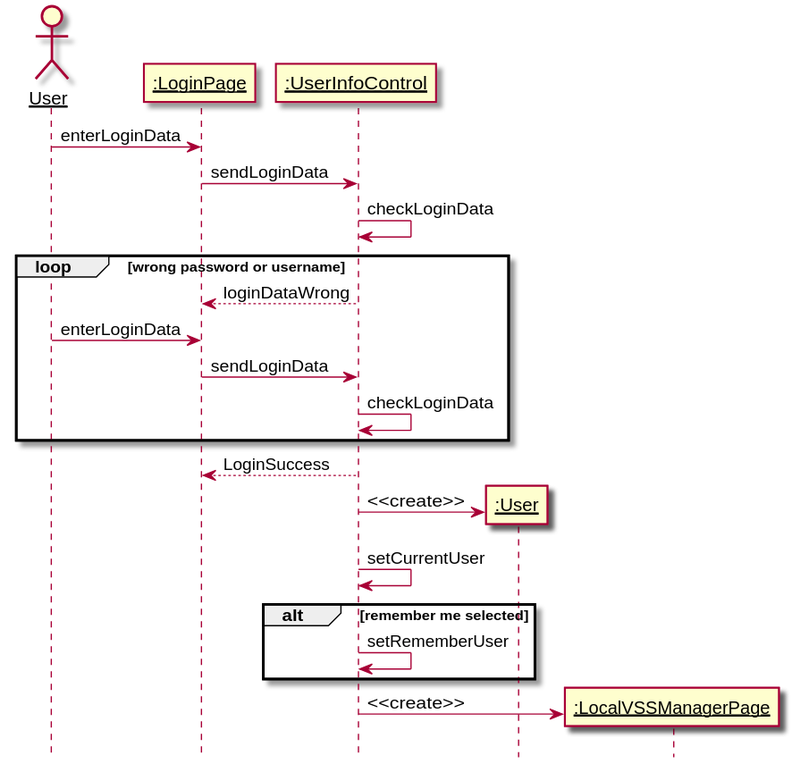
kpp19920121/doc keeps this PlantUML diagram as 设计/Diagrams/Login.svg. Above is the earlier version. Its diagram source:
```plantuml
@startuml Diagrams/Login
hide footbox
skinparam sequenceParticipant underline

actor User as user
participant ":LoginPage" as boundary
participant ":UserInfoControl" as control
participant ":User" as userdata
participant ":LocalVSSManagerPage" as nextpage

user -> boundary: enterLoginData
boundary -> control: sendLoginData
control -> control: checkLoginData
loop wrong password or username
    control --> boundary: loginDataWrong
    user -> boundary: enterLoginData
    boundary -> control: sendLoginData
    control -> control: checkLoginData
end
control --> boundary: LoginSuccess
create userdata
control -> userdata: <<create>>
control -> control: setCurrentUser
alt remember me selected
    control -> control: setRememberUser
end
create nextpage
control -> nextpage: <<create>>
@enduml
```
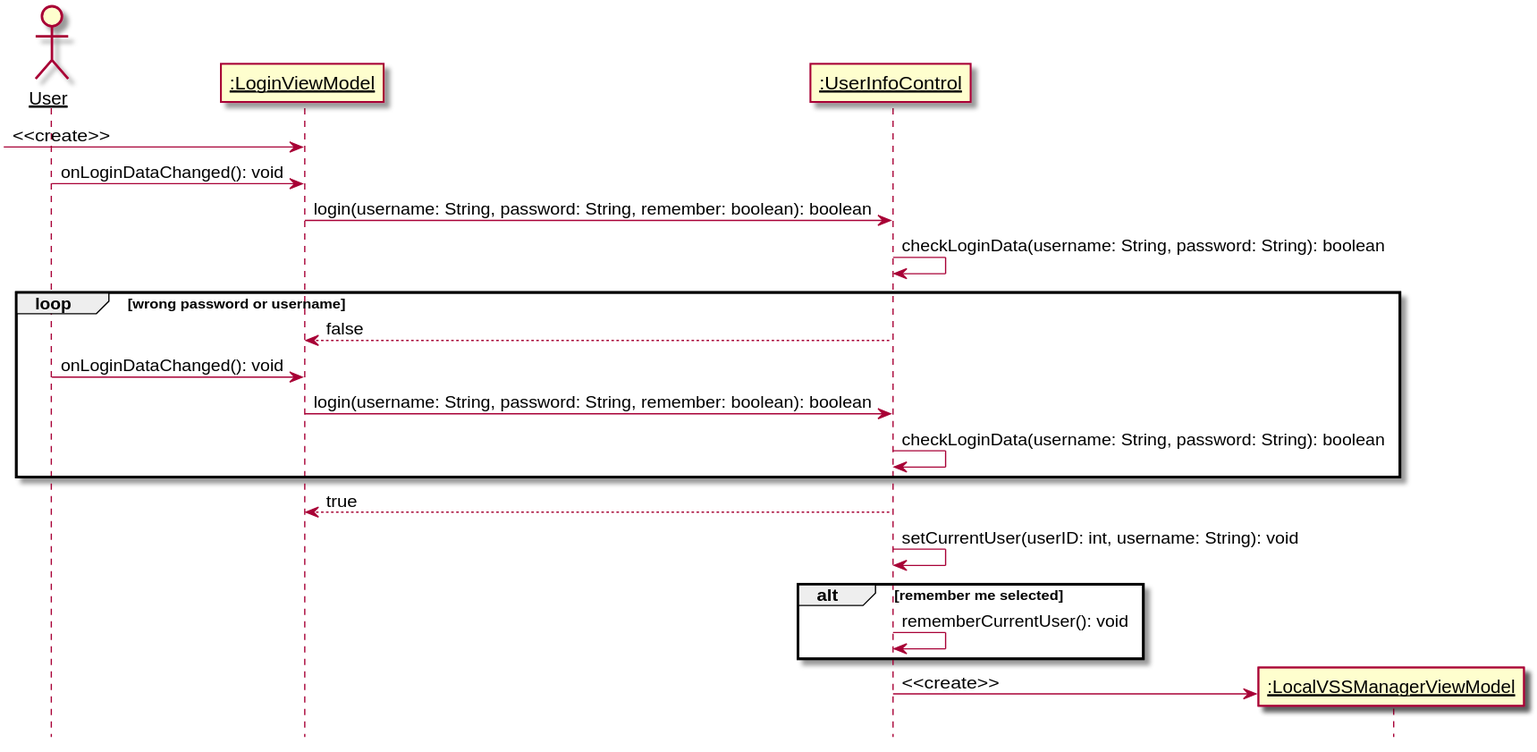
After the change.

Commit message:
Refined Login and Register

Diff of the diagram source:
```diff
@@ -3,26 +3,27 @@
 skinparam sequenceParticipant underline
 
 actor User as user
-participant ":LoginPage" as boundary
+participant ":LoginViewModel" as boundary
 participant ":UserInfoControl" as control
-participant ":User" as userdata
-participant ":LocalVSSManagerPage" as nextpage
+participant ":LocalVSSManagerViewModel" as nextpage
 
-user -> boundary: enterLoginData
-boundary -> control: sendLoginData
-control -> control: checkLoginData
+
+[-> boundary: <<create>>
+user -> boundary: onLoginDataChanged(): void
+boundary -> control: login(username: String, password: String, remember: boolean): boolean
+control -> control: checkLoginData(username: String, password: String): boolean
+
 loop wrong password or username
-    control --> boundary: loginDataWrong
-    user -> boundary: enterLoginData
-    boundary -> control: sendLoginData
-    control -> control: checkLoginData
+    control --> boundary: false
+    user -> boundary: onLoginDataChanged(): void
+    boundary -> control: login(username: String, password: String, remember: boolean): boolean
+    control -> control: checkLoginData(username: String, password: String): boolean
 end
-control --> boundary: LoginSuccess
-create userdata
-control -> userdata: <<create>>
-control -> control: setCurrentUser
+control --> boundary: true
+control -> control: setCurrentUser(userID: int, username: String): void
+
 alt remember me selected
-    control -> control: setRememberUser
+    control -> control: rememberCurrentUser(): void
 end
 create nextpage
 control -> nextpage: <<create>>
```
